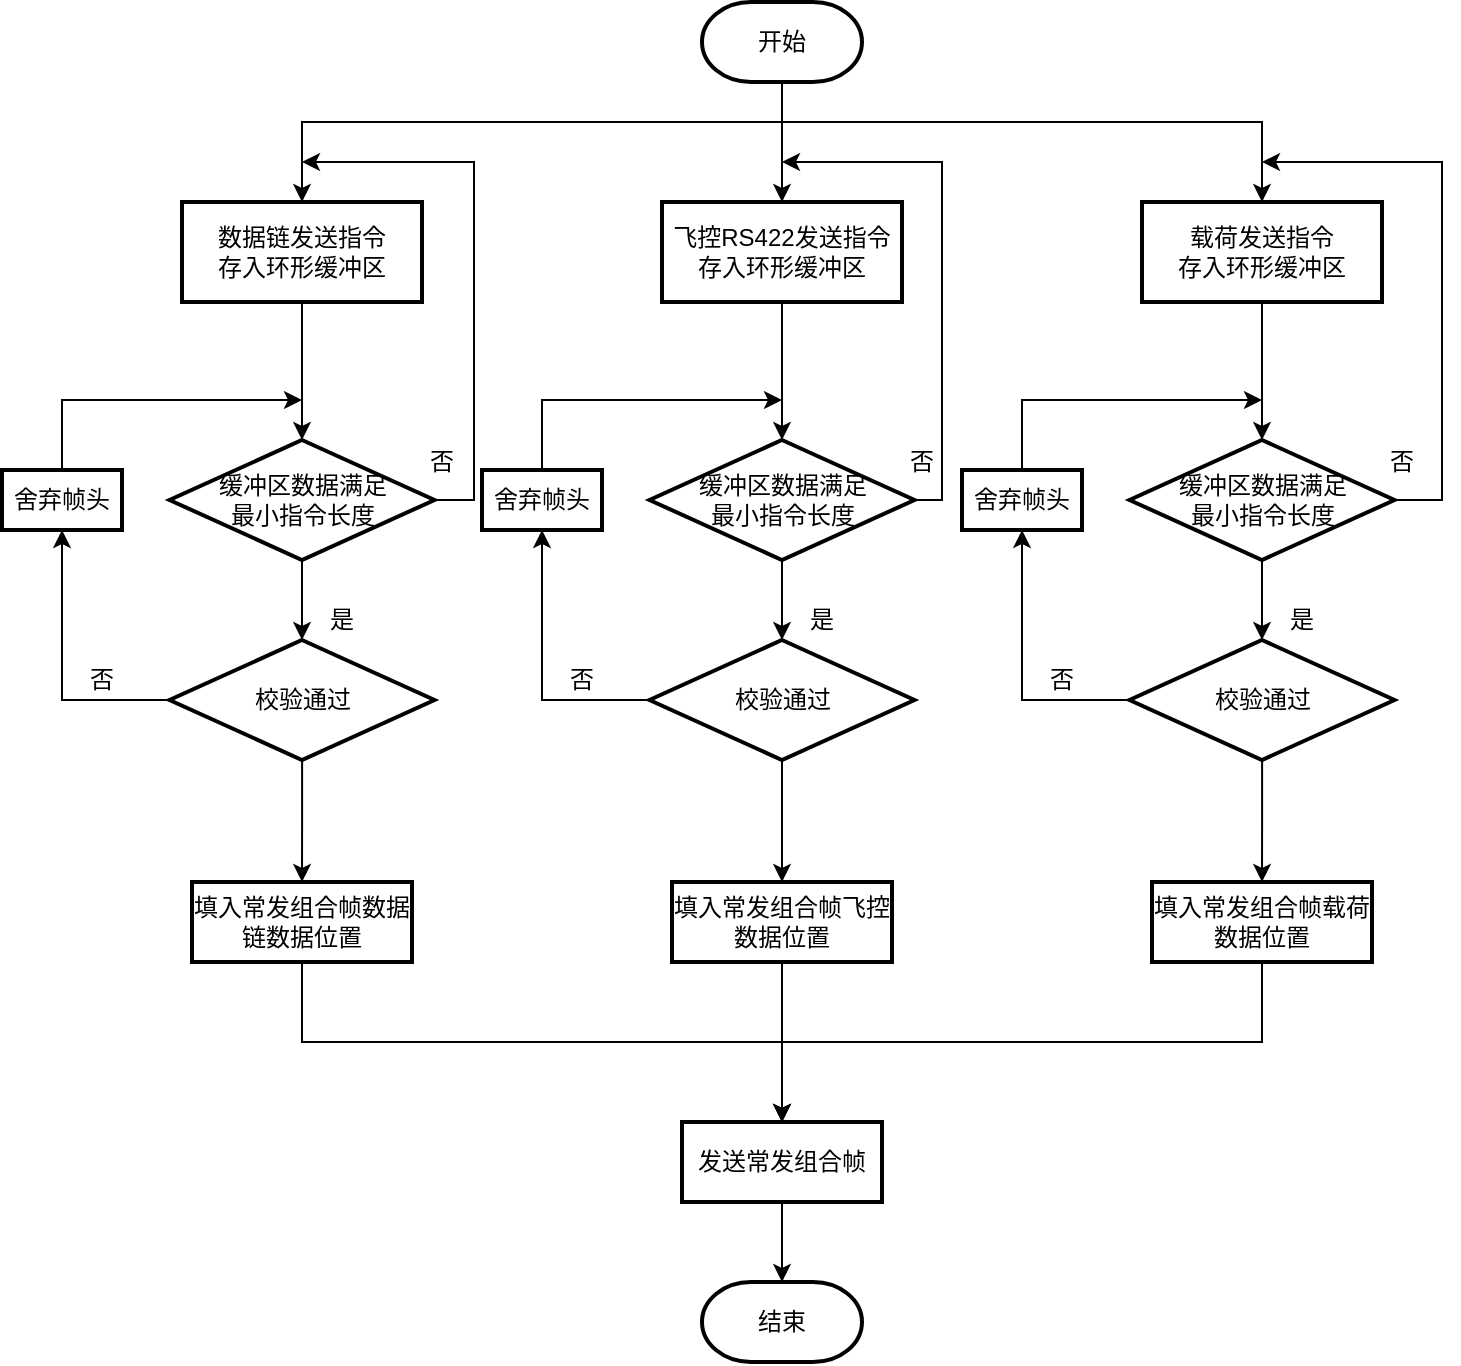
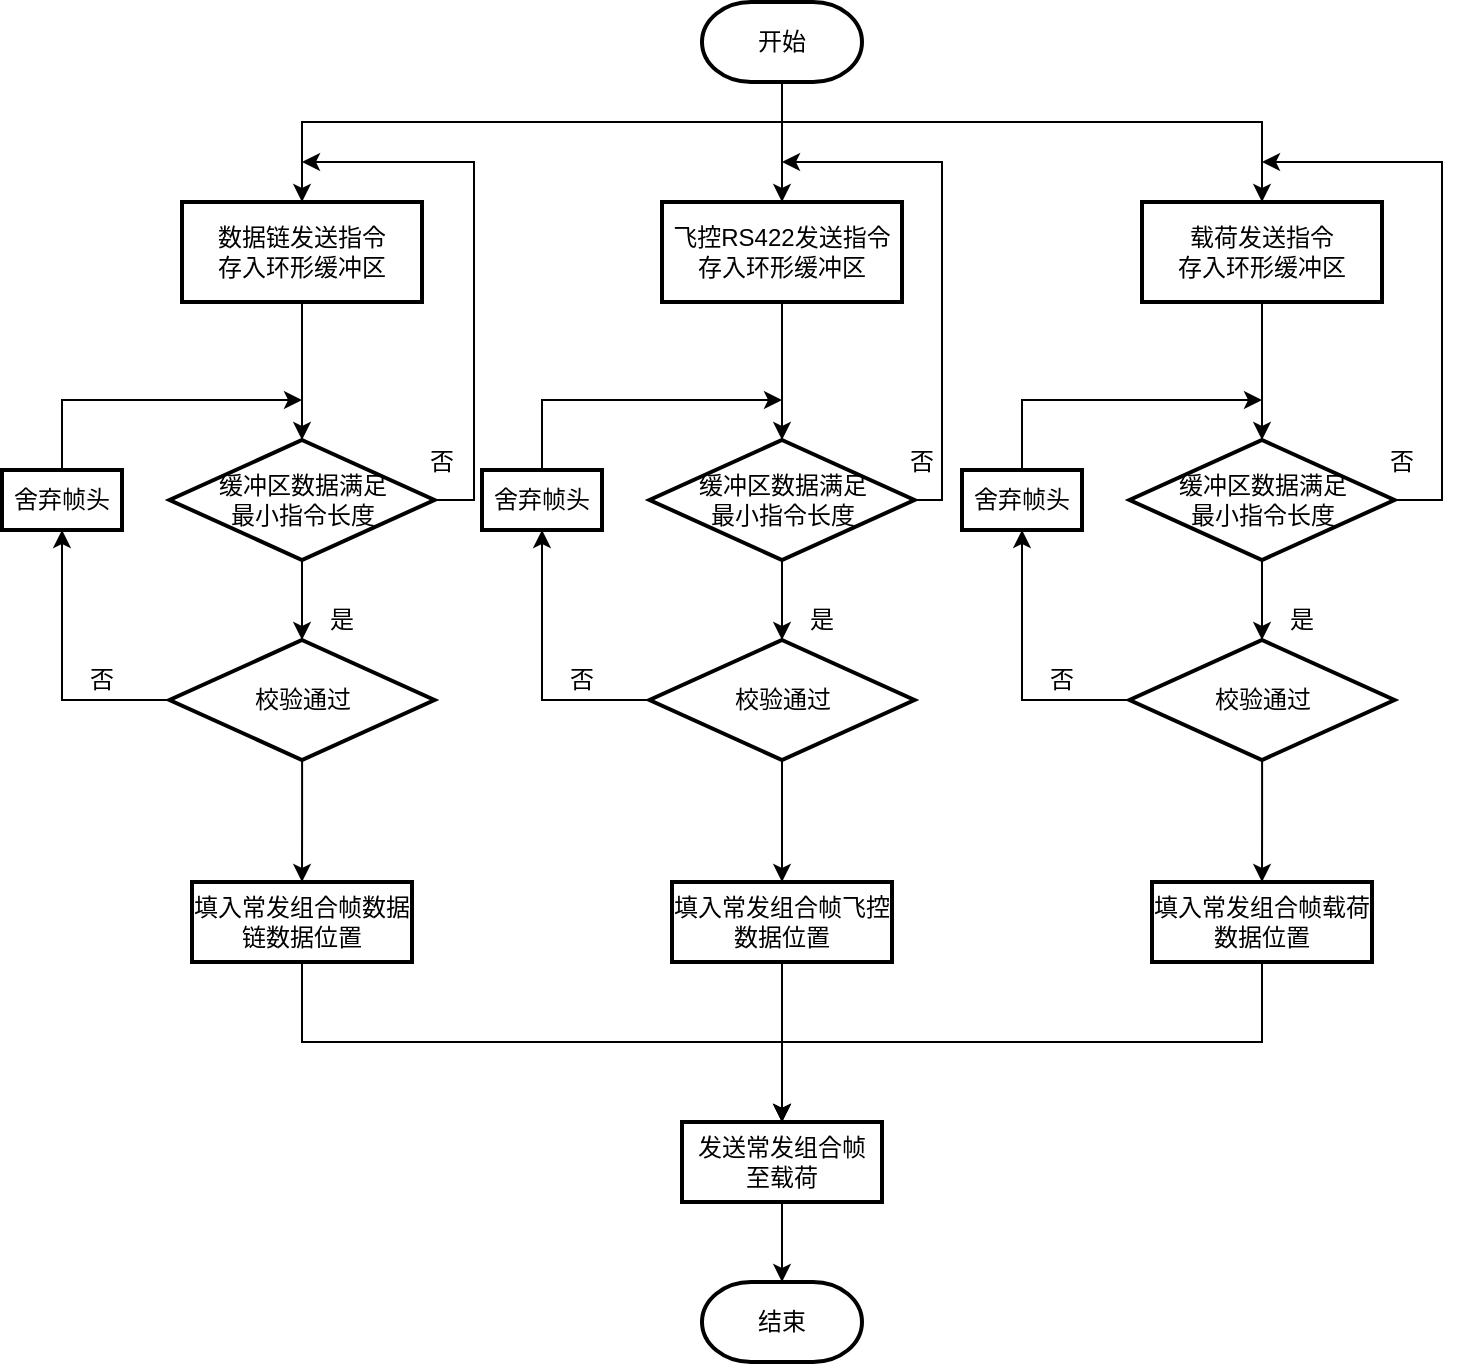
<mxfile host="app.diagrams.net">
  <diagram name="第 1 页" id="ZEWXP8qCXREOjJwUn-yJ">
-     <mxGraphModel dx="1548" dy="994" grid="1" gridSize="10" guides="1" tooltips="1" connect="1" arrows="1" fold="1" page="1" pageScale="1" pageWidth="827" pageHeight="1169" math="0" shadow="0">
+     <mxGraphModel dx="1106" dy="710" grid="1" gridSize="10" guides="1" tooltips="1" connect="1" arrows="1" fold="1" page="1" pageScale="1" pageWidth="827" pageHeight="1169" math="0" shadow="0">
      <root>
        <mxCell id="0" />
        <mxCell id="1" parent="0" />
        <mxCell id="KwrmxxbuwOzTlXq3yr0d-44" edge="1" parent="1" source="KwrmxxbuwOzTlXq3yr0d-1" style="edgeStyle=orthogonalEdgeStyle;rounded=0;orthogonalLoop=1;jettySize=auto;html=1;exitX=0.5;exitY=1;exitDx=0;exitDy=0;exitPerimeter=0;entryX=0.5;entryY=0;entryDx=0;entryDy=0;" target="KwrmxxbuwOzTlXq3yr0d-42">
          <mxGeometry relative="1" as="geometry">
            <Array as="points">
              <mxPoint x="439" y="140" />
              <mxPoint x="199" y="140" />
            </Array>
          </mxGeometry>
        </mxCell>
        <mxCell id="KwrmxxbuwOzTlXq3yr0d-45" edge="1" parent="1" source="KwrmxxbuwOzTlXq3yr0d-1" style="edgeStyle=orthogonalEdgeStyle;rounded=0;orthogonalLoop=1;jettySize=auto;html=1;exitX=0.5;exitY=1;exitDx=0;exitDy=0;exitPerimeter=0;entryX=0.5;entryY=0;entryDx=0;entryDy=0;" target="KwrmxxbuwOzTlXq3yr0d-43">
          <mxGeometry relative="1" as="geometry">
            <Array as="points">
              <mxPoint x="439" y="140" />
              <mxPoint x="679" y="140" />
            </Array>
          </mxGeometry>
        </mxCell>
        <mxCell id="KwrmxxbuwOzTlXq3yr0d-1" parent="1" style="strokeWidth=2;html=1;shape=mxgraph.flowchart.terminator;whiteSpace=wrap;" value="开始" vertex="1">
          <mxGeometry height="40" width="80" x="399" y="80" as="geometry" />
        </mxCell>
        <mxCell id="KwrmxxbuwOzTlXq3yr0d-2" parent="1" style="rounded=1;whiteSpace=wrap;html=1;absoluteArcSize=1;arcSize=0;strokeWidth=2;" value="飞控RS422发送指令&lt;div&gt;存入环形缓冲区&lt;/div&gt;" vertex="1">
          <mxGeometry height="50" width="120" x="379" y="180" as="geometry" />
        </mxCell>
        <mxCell id="KwrmxxbuwOzTlXq3yr0d-70" edge="1" parent="1" source="KwrmxxbuwOzTlXq3yr0d-3" style="edgeStyle=orthogonalEdgeStyle;rounded=0;orthogonalLoop=1;jettySize=auto;html=1;">
          <mxGeometry relative="1" as="geometry">
            <Array as="points">
              <mxPoint x="519" y="329" />
              <mxPoint x="519" y="160" />
            </Array>
            <mxPoint x="439" y="160" as="targetPoint" />
          </mxGeometry>
        </mxCell>
        <mxCell id="KwrmxxbuwOzTlXq3yr0d-3" parent="1" style="strokeWidth=2;html=1;shape=mxgraph.flowchart.decision;whiteSpace=wrap;" value="缓冲区数据满足&lt;div&gt;最小指令长度&lt;/div&gt;" vertex="1">
          <mxGeometry height="60" width="132.5" x="372.75" y="299" as="geometry" />
        </mxCell>
        <mxCell id="KwrmxxbuwOzTlXq3yr0d-4" edge="1" parent="1" source="KwrmxxbuwOzTlXq3yr0d-1" style="endArrow=classic;html=1;rounded=0;exitX=0.5;exitY=1;exitDx=0;exitDy=0;exitPerimeter=0;" target="KwrmxxbuwOzTlXq3yr0d-2" value="">
          <mxGeometry height="50" relative="1" width="50" as="geometry">
            <mxPoint x="509" y="290" as="sourcePoint" />
            <mxPoint x="559" y="240" as="targetPoint" />
          </mxGeometry>
        </mxCell>
        <mxCell id="KwrmxxbuwOzTlXq3yr0d-5" edge="1" parent="1" source="KwrmxxbuwOzTlXq3yr0d-2" style="endArrow=classic;html=1;rounded=0;exitX=0.5;exitY=1;exitDx=0;exitDy=0;entryX=0.5;entryY=0;entryDx=0;entryDy=0;entryPerimeter=0;" target="KwrmxxbuwOzTlXq3yr0d-3" value="">
          <mxGeometry height="50" relative="1" width="50" as="geometry">
            <mxPoint x="449" y="240" as="sourcePoint" />
            <mxPoint x="499" y="190" as="targetPoint" />
          </mxGeometry>
        </mxCell>
        <mxCell id="KwrmxxbuwOzTlXq3yr0d-6" parent="1" style="strokeWidth=2;html=1;shape=mxgraph.flowchart.decision;whiteSpace=wrap;" value="校验通过" vertex="1">
          <mxGeometry height="60" width="132.5" x="372.75" y="399" as="geometry" />
        </mxCell>
        <mxCell id="KwrmxxbuwOzTlXq3yr0d-7" edge="1" parent="1" source="KwrmxxbuwOzTlXq3yr0d-3" style="endArrow=classic;html=1;rounded=0;exitX=0.5;exitY=1;exitDx=0;exitDy=0;exitPerimeter=0;entryX=0.5;entryY=0;entryDx=0;entryDy=0;entryPerimeter=0;" target="KwrmxxbuwOzTlXq3yr0d-6" value="">
          <mxGeometry height="50" relative="1" width="50" as="geometry">
            <mxPoint x="419" y="439" as="sourcePoint" />
            <mxPoint x="469" y="389" as="targetPoint" />
          </mxGeometry>
        </mxCell>
        <mxCell id="KwrmxxbuwOzTlXq3yr0d-8" parent="1" style="text;html=1;whiteSpace=wrap;strokeColor=none;fillColor=none;align=center;verticalAlign=middle;rounded=0;" value="是" vertex="1">
          <mxGeometry height="20" width="40" x="439" y="379" as="geometry" />
        </mxCell>
        <mxCell id="KwrmxxbuwOzTlXq3yr0d-9" edge="1" parent="1" source="KwrmxxbuwOzTlXq3yr0d-6" style="endArrow=classic;html=1;rounded=0;exitX=0;exitY=0.5;exitDx=0;exitDy=0;exitPerimeter=0;entryX=0.5;entryY=1;entryDx=0;entryDy=0;" target="KwrmxxbuwOzTlXq3yr0d-10" value="">
          <mxGeometry height="50" relative="1" width="50" as="geometry">
            <Array as="points">
              <mxPoint x="319" y="429" />
            </Array>
            <mxPoint x="419" y="439" as="sourcePoint" />
            <mxPoint x="319" y="369" as="targetPoint" />
          </mxGeometry>
        </mxCell>
        <mxCell id="KwrmxxbuwOzTlXq3yr0d-10" parent="1" style="rounded=1;whiteSpace=wrap;html=1;absoluteArcSize=1;arcSize=0;strokeWidth=2;" value="舍弃帧头" vertex="1">
          <mxGeometry height="30" width="60" x="289" y="314" as="geometry" />
        </mxCell>
        <mxCell id="KwrmxxbuwOzTlXq3yr0d-11" edge="1" parent="1" source="KwrmxxbuwOzTlXq3yr0d-10" style="endArrow=classic;html=1;rounded=0;exitX=0.5;exitY=0;exitDx=0;exitDy=0;" value="">
          <mxGeometry height="50" relative="1" width="50" as="geometry">
            <Array as="points">
              <mxPoint x="319" y="279" />
            </Array>
            <mxPoint x="419" y="439" as="sourcePoint" />
            <mxPoint x="439" y="279" as="targetPoint" />
          </mxGeometry>
        </mxCell>
        <mxCell id="KwrmxxbuwOzTlXq3yr0d-12" parent="1" style="text;html=1;whiteSpace=wrap;strokeColor=none;fillColor=none;align=center;verticalAlign=middle;rounded=0;" value="否" vertex="1">
          <mxGeometry height="20" width="40" x="319" y="409" as="geometry" />
        </mxCell>
        <mxCell id="KwrmxxbuwOzTlXq3yr0d-17" edge="1" parent="1" source="KwrmxxbuwOzTlXq3yr0d-6" style="endArrow=classic;html=1;rounded=0;exitX=0.5;exitY=1;exitDx=0;exitDy=0;exitPerimeter=0;entryX=0.5;entryY=0;entryDx=0;entryDy=0;" target="KwrmxxbuwOzTlXq3yr0d-30" value="">
          <mxGeometry height="50" relative="1" width="50" as="geometry">
            <mxPoint x="589" y="639" as="sourcePoint" />
            <mxPoint x="439" y="499" as="targetPoint" />
          </mxGeometry>
        </mxCell>
        <mxCell id="KwrmxxbuwOzTlXq3yr0d-28" parent="1" style="rounded=1;whiteSpace=wrap;html=1;absoluteArcSize=1;arcSize=0;strokeWidth=2;" value="填入常发组合帧数据链数据位置" vertex="1">
          <mxGeometry height="40" width="110" x="144" y="520" as="geometry" />
        </mxCell>
        <mxCell id="KwrmxxbuwOzTlXq3yr0d-77" edge="1" parent="1" source="KwrmxxbuwOzTlXq3yr0d-30" style="edgeStyle=orthogonalEdgeStyle;rounded=0;orthogonalLoop=1;jettySize=auto;html=1;" target="KwrmxxbuwOzTlXq3yr0d-76" value="">
          <mxGeometry relative="1" as="geometry" />
        </mxCell>
        <mxCell id="KwrmxxbuwOzTlXq3yr0d-30" parent="1" style="rounded=1;whiteSpace=wrap;html=1;absoluteArcSize=1;arcSize=0;strokeWidth=2;" value="填入常发组合帧飞控数据位置" vertex="1">
          <mxGeometry height="40" width="110" x="384" y="520" as="geometry" />
        </mxCell>
        <mxCell id="KwrmxxbuwOzTlXq3yr0d-31" parent="1" style="rounded=1;whiteSpace=wrap;html=1;absoluteArcSize=1;arcSize=0;strokeWidth=2;" value="填入常发组合帧载荷数据位置" vertex="1">
          <mxGeometry height="40" width="110" x="624" y="520" as="geometry" />
        </mxCell>
        <mxCell id="KwrmxxbuwOzTlXq3yr0d-35" parent="1" style="strokeWidth=2;html=1;shape=mxgraph.flowchart.terminator;whiteSpace=wrap;" value="结束" vertex="1">
          <mxGeometry height="40" width="80" x="399" y="720" as="geometry" />
        </mxCell>
        <mxCell id="KwrmxxbuwOzTlXq3yr0d-36" edge="1" parent="1" source="KwrmxxbuwOzTlXq3yr0d-28" style="edgeStyle=orthogonalEdgeStyle;rounded=0;orthogonalLoop=1;jettySize=auto;html=1;exitX=0.5;exitY=1;exitDx=0;exitDy=0;entryX=0.5;entryY=0;entryDx=0;entryDy=0;" target="KwrmxxbuwOzTlXq3yr0d-76">
          <mxGeometry relative="1" as="geometry" />
        </mxCell>
        <mxCell id="KwrmxxbuwOzTlXq3yr0d-37" edge="1" parent="1" source="KwrmxxbuwOzTlXq3yr0d-31" style="edgeStyle=orthogonalEdgeStyle;rounded=0;orthogonalLoop=1;jettySize=auto;html=1;exitX=0.5;exitY=1;exitDx=0;exitDy=0;entryX=0.5;entryY=0;entryDx=0;entryDy=0;" target="KwrmxxbuwOzTlXq3yr0d-76">
          <mxGeometry relative="1" as="geometry">
            <mxPoint x="439" y="830" as="targetPoint" />
          </mxGeometry>
        </mxCell>
        <mxCell id="KwrmxxbuwOzTlXq3yr0d-42" parent="1" style="rounded=1;whiteSpace=wrap;html=1;absoluteArcSize=1;arcSize=0;strokeWidth=2;" value="数据链发送指令&lt;div&gt;存入环形缓冲区&lt;/div&gt;" vertex="1">
          <mxGeometry height="50" width="120" x="139" y="180" as="geometry" />
        </mxCell>
        <mxCell id="KwrmxxbuwOzTlXq3yr0d-43" parent="1" style="rounded=1;whiteSpace=wrap;html=1;absoluteArcSize=1;arcSize=0;strokeWidth=2;" value="载荷发送指令&lt;div&gt;存入环形缓冲区&lt;/div&gt;" vertex="1">
          <mxGeometry height="50" width="120" x="619" y="180" as="geometry" />
        </mxCell>
        <mxCell id="KwrmxxbuwOzTlXq3yr0d-68" edge="1" parent="1" source="KwrmxxbuwOzTlXq3yr0d-50" style="edgeStyle=orthogonalEdgeStyle;rounded=0;orthogonalLoop=1;jettySize=auto;html=1;exitX=1;exitY=0.5;exitDx=0;exitDy=0;exitPerimeter=0;">
          <mxGeometry relative="1" as="geometry">
            <Array as="points">
              <mxPoint x="285" y="329" />
              <mxPoint x="285" y="160" />
            </Array>
            <mxPoint x="199" y="160" as="targetPoint" />
          </mxGeometry>
        </mxCell>
        <mxCell id="KwrmxxbuwOzTlXq3yr0d-50" parent="1" style="strokeWidth=2;html=1;shape=mxgraph.flowchart.decision;whiteSpace=wrap;" value="缓冲区数据满足&lt;div&gt;最小指令长度&lt;/div&gt;" vertex="1">
          <mxGeometry height="60" width="132.5" x="132.75" y="299" as="geometry" />
        </mxCell>
        <mxCell id="KwrmxxbuwOzTlXq3yr0d-75" edge="1" parent="1" source="KwrmxxbuwOzTlXq3yr0d-51" style="edgeStyle=orthogonalEdgeStyle;rounded=0;orthogonalLoop=1;jettySize=auto;html=1;" target="KwrmxxbuwOzTlXq3yr0d-28" value="">
          <mxGeometry relative="1" as="geometry" />
        </mxCell>
        <mxCell id="KwrmxxbuwOzTlXq3yr0d-51" parent="1" style="strokeWidth=2;html=1;shape=mxgraph.flowchart.decision;whiteSpace=wrap;" value="校验通过" vertex="1">
          <mxGeometry height="60" width="132.5" x="132.75" y="399" as="geometry" />
        </mxCell>
        <mxCell id="KwrmxxbuwOzTlXq3yr0d-52" edge="1" parent="1" source="KwrmxxbuwOzTlXq3yr0d-50" style="endArrow=classic;html=1;rounded=0;exitX=0.5;exitY=1;exitDx=0;exitDy=0;exitPerimeter=0;entryX=0.5;entryY=0;entryDx=0;entryDy=0;entryPerimeter=0;" target="KwrmxxbuwOzTlXq3yr0d-51" value="">
          <mxGeometry height="50" relative="1" width="50" as="geometry">
            <mxPoint x="179" y="439" as="sourcePoint" />
            <mxPoint x="229" y="389" as="targetPoint" />
          </mxGeometry>
        </mxCell>
        <mxCell id="KwrmxxbuwOzTlXq3yr0d-53" parent="1" style="text;html=1;whiteSpace=wrap;strokeColor=none;fillColor=none;align=center;verticalAlign=middle;rounded=0;" value="是" vertex="1">
          <mxGeometry height="20" width="40" x="199" y="379" as="geometry" />
        </mxCell>
        <mxCell id="KwrmxxbuwOzTlXq3yr0d-54" edge="1" parent="1" source="KwrmxxbuwOzTlXq3yr0d-51" style="endArrow=classic;html=1;rounded=0;exitX=0;exitY=0.5;exitDx=0;exitDy=0;exitPerimeter=0;entryX=0.5;entryY=1;entryDx=0;entryDy=0;" target="KwrmxxbuwOzTlXq3yr0d-55" value="">
          <mxGeometry height="50" relative="1" width="50" as="geometry">
            <Array as="points">
              <mxPoint x="79" y="429" />
            </Array>
            <mxPoint x="179" y="439" as="sourcePoint" />
            <mxPoint x="79" y="369" as="targetPoint" />
          </mxGeometry>
        </mxCell>
        <mxCell id="KwrmxxbuwOzTlXq3yr0d-55" parent="1" style="rounded=1;whiteSpace=wrap;html=1;absoluteArcSize=1;arcSize=0;strokeWidth=2;" value="舍弃帧头" vertex="1">
          <mxGeometry height="30" width="60" x="49" y="314" as="geometry" />
        </mxCell>
        <mxCell id="KwrmxxbuwOzTlXq3yr0d-56" edge="1" parent="1" source="KwrmxxbuwOzTlXq3yr0d-55" style="endArrow=classic;html=1;rounded=0;exitX=0.5;exitY=0;exitDx=0;exitDy=0;" value="">
          <mxGeometry height="50" relative="1" width="50" as="geometry">
            <Array as="points">
              <mxPoint x="79" y="279" />
            </Array>
            <mxPoint x="179" y="439" as="sourcePoint" />
            <mxPoint x="199" y="279" as="targetPoint" />
          </mxGeometry>
        </mxCell>
        <mxCell id="KwrmxxbuwOzTlXq3yr0d-57" parent="1" style="text;html=1;whiteSpace=wrap;strokeColor=none;fillColor=none;align=center;verticalAlign=middle;rounded=0;" value="否" vertex="1">
          <mxGeometry height="20" width="40" x="79" y="409" as="geometry" />
        </mxCell>
        <mxCell id="KwrmxxbuwOzTlXq3yr0d-72" edge="1" parent="1" source="KwrmxxbuwOzTlXq3yr0d-58" style="edgeStyle=orthogonalEdgeStyle;rounded=0;orthogonalLoop=1;jettySize=auto;html=1;">
          <mxGeometry relative="1" as="geometry">
            <Array as="points">
              <mxPoint x="769" y="329" />
              <mxPoint x="769" y="160" />
            </Array>
            <mxPoint x="679" y="160" as="targetPoint" />
          </mxGeometry>
        </mxCell>
        <mxCell id="KwrmxxbuwOzTlXq3yr0d-58" parent="1" style="strokeWidth=2;html=1;shape=mxgraph.flowchart.decision;whiteSpace=wrap;" value="缓冲区数据满足&lt;div&gt;最小指令长度&lt;/div&gt;" vertex="1">
          <mxGeometry height="60" width="132.5" x="612.75" y="299" as="geometry" />
        </mxCell>
        <mxCell id="KwrmxxbuwOzTlXq3yr0d-74" edge="1" parent="1" source="KwrmxxbuwOzTlXq3yr0d-59" style="edgeStyle=orthogonalEdgeStyle;rounded=0;orthogonalLoop=1;jettySize=auto;html=1;entryX=0.5;entryY=0;entryDx=0;entryDy=0;" target="KwrmxxbuwOzTlXq3yr0d-31">
          <mxGeometry relative="1" as="geometry" />
        </mxCell>
        <mxCell id="KwrmxxbuwOzTlXq3yr0d-59" parent="1" style="strokeWidth=2;html=1;shape=mxgraph.flowchart.decision;whiteSpace=wrap;" value="校验通过" vertex="1">
          <mxGeometry height="60" width="132.5" x="612.75" y="399" as="geometry" />
        </mxCell>
        <mxCell id="KwrmxxbuwOzTlXq3yr0d-60" edge="1" parent="1" source="KwrmxxbuwOzTlXq3yr0d-58" style="endArrow=classic;html=1;rounded=0;exitX=0.5;exitY=1;exitDx=0;exitDy=0;exitPerimeter=0;entryX=0.5;entryY=0;entryDx=0;entryDy=0;entryPerimeter=0;" target="KwrmxxbuwOzTlXq3yr0d-59" value="">
          <mxGeometry height="50" relative="1" width="50" as="geometry">
            <mxPoint x="659" y="439" as="sourcePoint" />
            <mxPoint x="709" y="389" as="targetPoint" />
          </mxGeometry>
        </mxCell>
        <mxCell id="KwrmxxbuwOzTlXq3yr0d-61" parent="1" style="text;html=1;whiteSpace=wrap;strokeColor=none;fillColor=none;align=center;verticalAlign=middle;rounded=0;" value="是" vertex="1">
          <mxGeometry height="20" width="40" x="679" y="379" as="geometry" />
        </mxCell>
        <mxCell id="KwrmxxbuwOzTlXq3yr0d-62" edge="1" parent="1" source="KwrmxxbuwOzTlXq3yr0d-59" style="endArrow=classic;html=1;rounded=0;exitX=0;exitY=0.5;exitDx=0;exitDy=0;exitPerimeter=0;entryX=0.5;entryY=1;entryDx=0;entryDy=0;" target="KwrmxxbuwOzTlXq3yr0d-63" value="">
          <mxGeometry height="50" relative="1" width="50" as="geometry">
            <Array as="points">
              <mxPoint x="559" y="429" />
            </Array>
            <mxPoint x="659" y="439" as="sourcePoint" />
            <mxPoint x="559" y="369" as="targetPoint" />
          </mxGeometry>
        </mxCell>
        <mxCell id="KwrmxxbuwOzTlXq3yr0d-63" parent="1" style="rounded=1;whiteSpace=wrap;html=1;absoluteArcSize=1;arcSize=0;strokeWidth=2;" value="舍弃帧头" vertex="1">
          <mxGeometry height="30" width="60" x="529" y="314" as="geometry" />
        </mxCell>
        <mxCell id="KwrmxxbuwOzTlXq3yr0d-64" edge="1" parent="1" source="KwrmxxbuwOzTlXq3yr0d-63" style="endArrow=classic;html=1;rounded=0;exitX=0.5;exitY=0;exitDx=0;exitDy=0;" value="">
          <mxGeometry height="50" relative="1" width="50" as="geometry">
            <Array as="points">
              <mxPoint x="559" y="279" />
            </Array>
            <mxPoint x="659" y="439" as="sourcePoint" />
            <mxPoint x="679" y="279" as="targetPoint" />
          </mxGeometry>
        </mxCell>
        <mxCell id="KwrmxxbuwOzTlXq3yr0d-65" parent="1" style="text;html=1;whiteSpace=wrap;strokeColor=none;fillColor=none;align=center;verticalAlign=middle;rounded=0;" value="否" vertex="1">
          <mxGeometry height="20" width="40" x="559" y="409" as="geometry" />
        </mxCell>
        <mxCell id="KwrmxxbuwOzTlXq3yr0d-66" edge="1" parent="1" source="KwrmxxbuwOzTlXq3yr0d-42" style="edgeStyle=orthogonalEdgeStyle;rounded=0;orthogonalLoop=1;jettySize=auto;html=1;exitX=0.5;exitY=1;exitDx=0;exitDy=0;entryX=0.5;entryY=0;entryDx=0;entryDy=0;entryPerimeter=0;" target="KwrmxxbuwOzTlXq3yr0d-50">
          <mxGeometry relative="1" as="geometry" />
        </mxCell>
        <mxCell id="KwrmxxbuwOzTlXq3yr0d-67" edge="1" parent="1" source="KwrmxxbuwOzTlXq3yr0d-43" style="edgeStyle=orthogonalEdgeStyle;rounded=0;orthogonalLoop=1;jettySize=auto;html=1;exitX=0.5;exitY=1;exitDx=0;exitDy=0;entryX=0.5;entryY=0;entryDx=0;entryDy=0;entryPerimeter=0;" target="KwrmxxbuwOzTlXq3yr0d-58">
          <mxGeometry relative="1" as="geometry" />
        </mxCell>
        <mxCell id="KwrmxxbuwOzTlXq3yr0d-69" parent="1" style="text;html=1;whiteSpace=wrap;strokeColor=none;fillColor=none;align=center;verticalAlign=middle;rounded=0;" value="否" vertex="1">
          <mxGeometry height="20" width="40" x="249" y="300" as="geometry" />
        </mxCell>
        <mxCell id="KwrmxxbuwOzTlXq3yr0d-71" parent="1" style="text;html=1;whiteSpace=wrap;strokeColor=none;fillColor=none;align=center;verticalAlign=middle;rounded=0;" value="否" vertex="1">
          <mxGeometry height="20" width="40" x="489" y="300" as="geometry" />
        </mxCell>
        <mxCell id="KwrmxxbuwOzTlXq3yr0d-73" parent="1" style="text;html=1;whiteSpace=wrap;strokeColor=none;fillColor=none;align=center;verticalAlign=middle;rounded=0;" value="否" vertex="1">
          <mxGeometry height="20" width="40" x="729" y="300" as="geometry" />
        </mxCell>
        <mxCell id="KwrmxxbuwOzTlXq3yr0d-78" edge="1" parent="1" source="KwrmxxbuwOzTlXq3yr0d-76" style="edgeStyle=orthogonalEdgeStyle;rounded=0;orthogonalLoop=1;jettySize=auto;html=1;" target="KwrmxxbuwOzTlXq3yr0d-35" value="">
          <mxGeometry relative="1" as="geometry" />
        </mxCell>
-         <mxCell id="KwrmxxbuwOzTlXq3yr0d-76" parent="1" style="rounded=1;whiteSpace=wrap;html=1;absoluteArcSize=1;arcSize=0;strokeWidth=2;" value="发送常发组合帧" vertex="1">
+         <mxCell id="KwrmxxbuwOzTlXq3yr0d-76" parent="1" style="rounded=1;whiteSpace=wrap;html=1;absoluteArcSize=1;arcSize=0;strokeWidth=2;" value="发送常发组合帧&lt;div&gt;至载荷&lt;/div&gt;" vertex="1">
          <mxGeometry height="40" width="100" x="389" y="640" as="geometry" />
        </mxCell>
      </root>
    </mxGraphModel>
  </diagram>
</mxfile>
